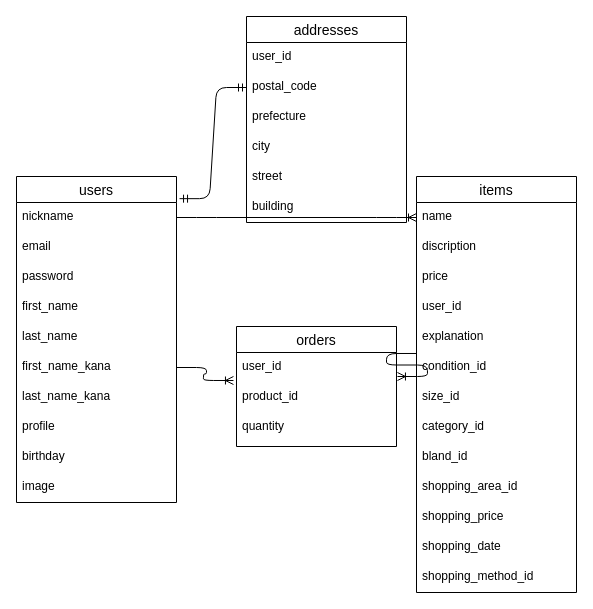
shogo-ohya/furima-39501 keeps this draw.io diagram as app/views/ER.dio. Above is the earlier version. Source tidied: cells renumbered, new cells numbered last; positions are measured from the earlier drawing's top-left corner, leaving out a move shared by most shapes. Both pictures are drawn from the tidied source at 100%, with x=0, y=0 at pixel (16, 16).
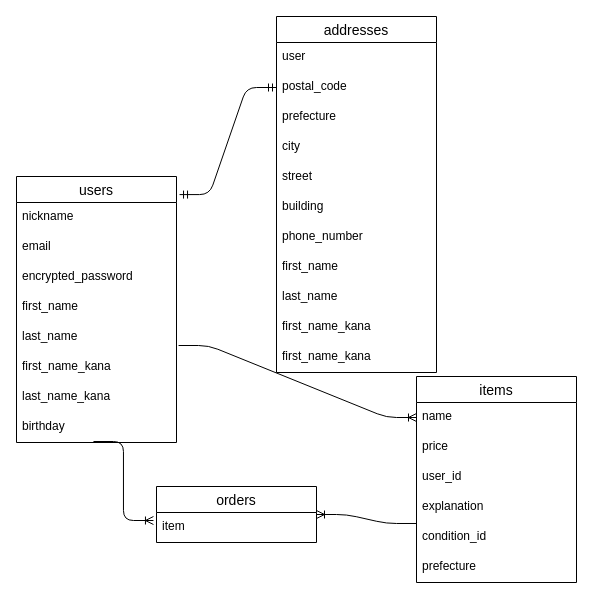
The same diagram, later.

The change refers to these unchanged cells:
```xml
<mxCell id="3" value="nickname" style="text;strokeColor=none;fillColor=none;spacingLeft=4;spacingRight=4;overflow=hidden;points=[[0,0.5],[1,0.5]];portConstraint=eastwest;fontSize=12;" parent="2" vertex="1">
  <mxGeometry y="26" width="160" height="30" as="geometry" />
</mxCell>
<mxCell id="7" value="last_name" style="text;strokeColor=none;fillColor=none;spacingLeft=4;spacingRight=4;overflow=hidden;points=[[0,0.5],[1,0.5]];portConstraint=eastwest;fontSize=12;" parent="2" vertex="1">
  <mxGeometry y="146" width="160" height="30" as="geometry" />
</mxCell>
<mxCell id="8" value="first_name_kana" style="text;strokeColor=none;fillColor=none;spacingLeft=4;spacingRight=4;overflow=hidden;points=[[0,0.5],[1,0.5]];portConstraint=eastwest;fontSize=12;" parent="2" vertex="1">
  <mxGeometry y="176" width="160" height="30" as="geometry" />
</mxCell>
<mxCell id="14" value="name" style="text;strokeColor=none;fillColor=none;spacingLeft=4;spacingRight=4;overflow=hidden;points=[[0,0.5],[1,0.5]];portConstraint=eastwest;fontSize=12;" parent="13" vertex="1">
  <mxGeometry y="26" width="160" height="30" as="geometry" />
</mxCell>
```

The edit, as a diff of the source:
```diff
@@
     <mxCell id="2" value="users" style="swimlane;fontStyle=0;horizontal=1;startSize=26;align=center;fontSize=14;strokeColor=default;" parent="1" vertex="1">
-      <mxGeometry y="160" width="160" height="326" as="geometry" />
+      <mxGeometry y="160" width="160" height="266" as="geometry" />
     </mxCell>
@@
-    <mxCell id="5" value="password" style="text;strokeColor=none;fillColor=none;spacingLeft=4;spacingRight=4;overflow=hidden;fontSize=12;" parent="2" vertex="1">
+    <mxCell id="5" value="encrypted_password" style="text;strokeColor=none;fillColor=none;spacingLeft=4;spacingRight=4;overflow=hidden;fontSize=12;" parent="2" vertex="1">
       <mxGeometry y="86" width="160" height="30" as="geometry" />
     </mxCell>
@@
-    <mxCell id="10" value="profile" style="text;strokeColor=none;fillColor=none;spacingLeft=4;spacingRight=4;overflow=hidden;fontSize=12;" parent="2" vertex="1">
-      <mxGeometry y="236" width="160" height="30" as="geometry" />
-    </mxCell>
     <mxCell id="11" value="birthday" style="text;strokeColor=none;fillColor=none;spacingLeft=4;spacingRight=4;overflow=hidden;points=[[0,0.5],[1,0.5]];portConstraint=eastwest;fontSize=12;" parent="2" vertex="1">
-      <mxGeometry y="266" width="160" height="30" as="geometry" />
+      <mxGeometry y="236" width="160" height="30" as="geometry" />
     </mxCell>
-    <mxCell id="12" value="image" style="text;strokeColor=none;fillColor=none;spacingLeft=4;spacingRight=4;overflow=hidden;fontSize=12;" parent="2" vertex="1">
-      <mxGeometry y="296" width="160" height="30" as="geometry" />
-    </mxCell>
     <mxCell id="13" value="items" style="swimlane;fontStyle=0;horizontal=1;startSize=26;align=center;fontSize=14;strokeColor=default;" parent="1" vertex="1">
-      <mxGeometry x="400" y="160" width="160" height="416" as="geometry" />
+      <mxGeometry x="400" y="360" width="160" height="206" as="geometry" />
     </mxCell>
@@
-    <mxCell id="15" value="discription" style="text;strokeColor=none;fillColor=none;spacingLeft=4;spacingRight=4;overflow=hidden;fontSize=12;" parent="13" vertex="1">
-      <mxGeometry y="56" width="160" height="30" as="geometry" />
-    </mxCell>
     <mxCell id="16" value="price" style="text;strokeColor=none;fillColor=none;spacingLeft=4;spacingRight=4;overflow=hidden;fontSize=12;" parent="13" vertex="1">
-      <mxGeometry y="86" width="160" height="30" as="geometry" />
+      <mxGeometry y="56" width="160" height="30" as="geometry" />
     </mxCell>
     <mxCell id="17" value="user_id" style="text;strokeColor=none;fillColor=none;spacingLeft=4;spacingRight=4;overflow=hidden;fontSize=12;" parent="13" vertex="1">
-      <mxGeometry y="116" width="160" height="30" as="geometry" />
+      <mxGeometry y="86" width="160" height="30" as="geometry" />
     </mxCell>
     <mxCell id="18" value="explanation" style="text;strokeColor=none;fillColor=none;spacingLeft=4;spacingRight=4;overflow=hidden;fontSize=12;" parent="13" vertex="1">
-      <mxGeometry y="146" width="160" height="30" as="geometry" />
+      <mxGeometry y="116" width="160" height="30" as="geometry" />
     </mxCell>
     <mxCell id="19" value="condition_id" style="text;strokeColor=none;fillColor=none;spacingLeft=4;spacingRight=4;overflow=hidden;points=[[0,0.5],[1,0.5]];portConstraint=eastwest;fontSize=12;" parent="13" vertex="1">
-      <mxGeometry y="176" width="160" height="30" as="geometry" />
+      <mxGeometry y="146" width="160" height="30" as="geometry" />
     </mxCell>
-    <mxCell id="20" value="size_id" style="text;strokeColor=none;fillColor=none;spacingLeft=4;spacingRight=4;overflow=hidden;fontSize=12;" parent="13" vertex="1">
-      <mxGeometry y="206" width="160" height="30" as="geometry" />
-    </mxCell>
-    <mxCell id="21" value="category_id" style="text;strokeColor=none;fillColor=none;spacingLeft=4;spacingRight=4;overflow=hidden;fontSize=12;" parent="13" vertex="1">
-      <mxGeometry y="236" width="160" height="30" as="geometry" />
+    <mxCell id="21" value="prefecture" style="text;strokeColor=none;fillColor=none;spacingLeft=4;spacingRight=4;overflow=hidden;fontSize=12;" parent="13" vertex="1">
+      <mxGeometry y="176" width="160" height="30" as="geometry" />
     </mxCell>
-    <mxCell id="22" value="bland_id" style="text;strokeColor=none;fillColor=none;spacingLeft=4;spacingRight=4;overflow=hidden;fontSize=12;" parent="13" vertex="1">
-      <mxGeometry y="266" width="160" height="30" as="geometry" />
-    </mxCell>
-    <mxCell id="23" value="shopping_area_id" style="text;strokeColor=none;fillColor=none;spacingLeft=4;spacingRight=4;overflow=hidden;fontSize=12;" parent="13" vertex="1">
-      <mxGeometry y="296" width="160" height="30" as="geometry" />
-    </mxCell>
-    <mxCell id="24" value="shopping_price" style="text;strokeColor=none;fillColor=none;spacingLeft=4;spacingRight=4;overflow=hidden;fontSize=12;" parent="13" vertex="1">
-      <mxGeometry y="326" width="160" height="30" as="geometry" />
-    </mxCell>
-    <mxCell id="25" value="shopping_date" style="text;strokeColor=none;fillColor=none;spacingLeft=4;spacingRight=4;overflow=hidden;fontSize=12;" parent="13" vertex="1">
-      <mxGeometry y="356" width="160" height="30" as="geometry" />
-    </mxCell>
-    <mxCell id="26" value="shopping_method_id" style="text;strokeColor=none;fillColor=none;spacingLeft=4;spacingRight=4;overflow=hidden;fontSize=12;" parent="13" vertex="1">
-      <mxGeometry y="386" width="160" height="30" as="geometry" />
-    </mxCell>
-    <mxCell id="27" style="edgeStyle=entityRelationEdgeStyle;fontSize=12;html=1;endArrow=ERoneToMany;exitX=1;exitY=0.5;exitDx=0;exitDy=0;entryX=0;entryY=0.5;entryDx=0;entryDy=0;" parent="1" edge="1" source="3" target="14">
+    <mxCell id="27" style="edgeStyle=entityRelationEdgeStyle;fontSize=12;html=1;endArrow=ERoneToMany;exitX=1.013;exitY=0.767;exitDx=0;exitDy=0;entryX=0;entryY=0.5;entryDx=0;entryDy=0;exitPerimeter=0;" parent="1" edge="1" source="7" target="14">
       <mxGeometry relative="1" as="geometry" />
     </mxCell>
     <mxCell id="28" value="orders" style="swimlane;fontStyle=0;horizontal=1;startSize=26;align=center;fontSize=14;strokeColor=default;" parent="1" vertex="1">
-      <mxGeometry x="220" y="310" width="160" height="120" as="geometry" />
+      <mxGeometry x="140" y="470" width="160" height="56" as="geometry" />
     </mxCell>
-    <mxCell id="29" value="user_id" style="text;strokeColor=none;fillColor=none;spacingLeft=4;spacingRight=4;overflow=hidden;points=[[0,0.5],[1,0.5]];portConstraint=eastwest;fontSize=12;" parent="28" vertex="1">
-      <mxGeometry y="26" width="160" height="30" as="geometry" />
-    </mxCell>
-    <mxCell id="30" value="product_id" style="text;strokeColor=none;fillColor=none;spacingLeft=4;spacingRight=4;overflow=hidden;points=[[0,0.5],[1,0.5]];portConstraint=eastwest;fontSize=12;" parent="28" vertex="1">
-      <mxGeometry y="56" width="160" height="30" as="geometry" />
+    <mxCell id="30" value="item" style="text;strokeColor=none;fillColor=none;spacingLeft=4;spacingRight=4;overflow=hidden;points=[[0,0.5],[1,0.5]];portConstraint=eastwest;fontSize=12;" parent="28" vertex="1">
+      <mxGeometry y="26" width="160" height="30" as="geometry" />
     </mxCell>
-    <mxCell id="31" value="quantity" style="text;strokeColor=none;fillColor=none;spacingLeft=4;spacingRight=4;overflow=hidden;fontSize=12;" parent="28" vertex="1">
-      <mxGeometry y="86" width="160" height="34" as="geometry" />
-    </mxCell>
-    <mxCell id="32" style="edgeStyle=entityRelationEdgeStyle;fontSize=12;html=1;endArrow=ERoneToMany;rounded=1;entryX=-0.019;entryY=0.933;entryDx=0;entryDy=0;entryPerimeter=0;exitX=1;exitY=0.5;exitDx=0;exitDy=0;" parent="1" edge="1" source="8" target="29">
+    <mxCell id="32" style="edgeStyle=entityRelationEdgeStyle;fontSize=12;html=1;endArrow=ERoneToMany;rounded=1;entryX=-0.019;entryY=0.267;entryDx=0;entryDy=0;entryPerimeter=0;exitX=0.481;exitY=0.967;exitDx=0;exitDy=0;exitPerimeter=0;" parent="1" edge="1" source="11" target="30">
       <mxGeometry relative="1" as="geometry" />
     </mxCell>
-    <mxCell id="33" style="edgeStyle=entityRelationEdgeStyle;fontSize=12;html=1;endArrow=ERoneToMany;rounded=1;entryX=1.006;entryY=0.8;entryDx=0;entryDy=0;entryPerimeter=0;exitX=0;exitY=0.033;exitDx=0;exitDy=0;exitPerimeter=0;" parent="1" edge="1" source="19" target="29">
+    <mxCell id="33" style="edgeStyle=entityRelationEdgeStyle;fontSize=12;html=1;endArrow=ERoneToMany;rounded=1;entryX=1;entryY=0.5;entryDx=0;entryDy=0;exitX=0;exitY=0.033;exitDx=0;exitDy=0;exitPerimeter=0;" parent="1" edge="1" source="19" target="28">
       <mxGeometry relative="1" as="geometry" />
     </mxCell>
     <mxCell id="34" value="addresses" style="swimlane;fontStyle=0;horizontal=1;startSize=26;align=center;fontSize=14;" parent="1" vertex="1">
-      <mxGeometry x="230" width="160" height="206" as="geometry" />
+      <mxGeometry x="260" width="160" height="356" as="geometry" />
     </mxCell>
-    <mxCell id="35" value="user_id" style="text;strokeColor=none;fillColor=none;spacingLeft=4;spacingRight=4;overflow=hidden;fontSize=12;" parent="34" vertex="1">
+    <mxCell id="35" value="user" style="text;strokeColor=none;fillColor=none;spacingLeft=4;spacingRight=4;overflow=hidden;fontSize=12;" parent="34" vertex="1">
       <mxGeometry y="26" width="160" height="30" as="geometry" />
     </mxCell>
@@
+    <mxCell id="42" value="phone_number" style="text;strokeColor=none;fillColor=none;spacingLeft=4;spacingRight=4;overflow=hidden;fontSize=12;" parent="34" vertex="1">
+      <mxGeometry y="206" width="160" height="30" as="geometry" />
+    </mxCell>
+    <mxCell id="43" value="first_name" style="text;strokeColor=none;fillColor=none;spacingLeft=4;spacingRight=4;overflow=hidden;fontSize=12;" parent="34" vertex="1">
+      <mxGeometry y="236" width="160" height="30" as="geometry" />
+    </mxCell>
+    <mxCell id="44" value="last_name" style="text;strokeColor=none;fillColor=none;spacingLeft=4;spacingRight=4;overflow=hidden;fontSize=12;" parent="34" vertex="1">
+      <mxGeometry y="266" width="160" height="30" as="geometry" />
+    </mxCell>
+    <mxCell id="45" value="first_name_kana" style="text;strokeColor=none;fillColor=none;spacingLeft=4;spacingRight=4;overflow=hidden;fontSize=12;" parent="34" vertex="1">
+      <mxGeometry y="296" width="160" height="30" as="geometry" />
+    </mxCell>
+    <mxCell id="46" value="first_name_kana" style="text;strokeColor=none;fillColor=none;spacingLeft=4;spacingRight=4;overflow=hidden;fontSize=12;" parent="34" vertex="1">
+      <mxGeometry y="326" width="160" height="30" as="geometry" />
+    </mxCell>
```
